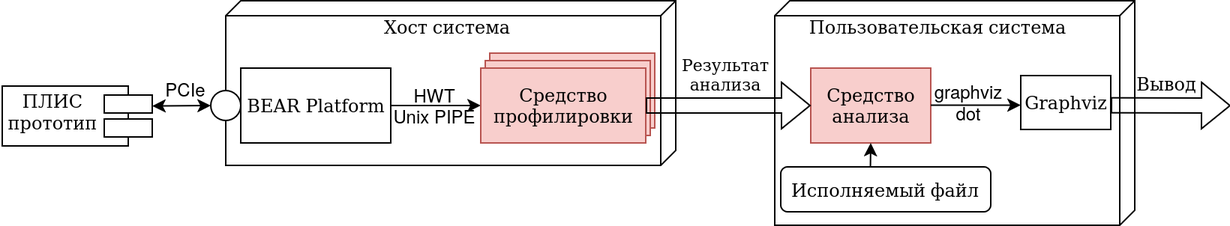
The draw.io diagram images/stac_arch.png in khaser/stac-slides, before a commit. Source tidied: cells renumbered, new cells last; positions are measured from the earlier drawing's top-left corner, leaving out a move shared by most shapes. Its diagram source:
```xml
<mxGraphModel>
  <root>
    <mxCell id="0" />
    <mxCell id="1" parent="0" />
    <mxCell id="2" style="verticalAlign=top;align=left;spacingTop=8;spacingLeft=2;spacingRight=12;shape=cube;size=10;direction=south;fontStyle=4;html=1;rounded=0;shadow=0;comic=0;labelBackgroundColor=none;strokeWidth=1;fontFamily=Verdana;fontSize=12;" parent="1" vertex="1">
      <mxGeometry x="516" width="240" height="150" as="geometry" />
    </mxCell>
    <mxCell id="3" style="verticalAlign=top;align=left;spacingTop=8;spacingLeft=2;spacingRight=12;shape=cube;size=10;direction=south;fontStyle=4;html=1;rounded=0;shadow=0;comic=0;labelBackgroundColor=none;strokeWidth=1;fontFamily=Verdana;fontSize=12;" parent="1" vertex="1">
      <mxGeometry x="150" width="300" height="110" as="geometry" />
    </mxCell>
    <mxCell id="4" value="BEAR Platform" style="html=1;rounded=0;shadow=0;comic=0;labelBackgroundColor=none;strokeWidth=1;fontFamily=Verdana;fontSize=12;align=center;" parent="1" vertex="1">
      <mxGeometry x="160" y="45" width="100" height="50" as="geometry" />
    </mxCell>
    <mxCell id="5" style="ellipse;whiteSpace=wrap;html=1;rounded=0;shadow=0;comic=0;labelBackgroundColor=none;strokeWidth=1;fontFamily=Verdana;fontSize=12;align=center;" parent="1" vertex="1">
      <mxGeometry x="140" y="60" width="20" height="20" as="geometry" />
    </mxCell>
    <mxCell id="6" style="endArrow=classic;startArrow=classic;html=1;rounded=0;entryX=0;entryY=0.5;entryDx=0;entryDy=0;exitX=0;exitY=0.667;exitDx=0;exitDy=0;exitPerimeter=0;" parent="1" edge="1" source="12" target="5">
      <mxGeometry relative="1" as="geometry" />
    </mxCell>
    <mxCell id="7" value="PCIe" style="text;html=1;align=center;verticalAlign=middle;strokeColor=none;fillColor=none;" parent="1" vertex="1">
      <mxGeometry x="98" y="44" width="50" height="30" as="geometry" />
    </mxCell>
    <mxCell id="8" style="endArrow=classic;html=1;rounded=0;exitX=1;exitY=0.5;exitDx=0;exitDy=0;entryX=0;entryY=0.5;entryDx=0;entryDy=0;" parent="1" edge="1" source="4" target="17">
      <mxGeometry relative="1" as="geometry" />
    </mxCell>
    <mxCell id="9" value="&lt;div&gt;HWT&lt;/div&gt;&lt;div&gt;Unix PIPE&lt;/div&gt;" style="text;html=1;align=center;verticalAlign=middle;strokeColor=none;fillColor=none;" parent="1" vertex="1">
      <mxGeometry x="249" y="50" width="80" height="40" as="geometry" />
    </mxCell>
    <mxCell id="10" value="Хост система" style="text;html=1;align=center;verticalAlign=middle;whiteSpace=wrap;rounded=0;" parent="1" vertex="1">
      <mxGeometry x="243" y="10" width="110" height="14" as="geometry" />
    </mxCell>
    <mxCell id="11" style="group;" parent="1" vertex="1">
      <mxGeometry y="53" width="101" height="44" as="geometry" />
    </mxCell>
    <mxCell id="12" style="shape=component;align=left;spacingLeft=36;rounded=0;shadow=0;comic=0;strokeWidth=1;flipV=1;flipH=1;html=1;" parent="11" vertex="1">
      <mxGeometry x="1" y="4" width="100" height="40" as="geometry" />
    </mxCell>
    <mxCell id="13" value="&lt;div align=&quot;center&quot;&gt;ПЛИС&lt;/div&gt;&lt;div align=&quot;center&quot;&gt;прототип&lt;/div&gt;" style="text;whiteSpace=wrap;html=1;align=center;" parent="11" vertex="1">
      <mxGeometry width="70" height="40" as="geometry" />
    </mxCell>
    <mxCell id="14" style="group;" parent="1" vertex="1">
      <mxGeometry x="320" y="35" width="116" height="60" as="geometry" />
    </mxCell>
    <mxCell id="15" style="html=1;rounded=0;shadow=0;comic=0;labelBackgroundColor=none;strokeWidth=1;fontFamily=Verdana;fontSize=12;align=center;fillColor=#f8cecc;strokeColor=#b85450;glass=0;" parent="14" vertex="1">
      <mxGeometry x="6" width="110" height="50" as="geometry" />
    </mxCell>
    <mxCell id="16" style="html=1;rounded=0;shadow=0;comic=0;labelBackgroundColor=none;strokeWidth=1;fontFamily=Verdana;fontSize=12;align=center;fillColor=#f8cecc;strokeColor=#b85450;glass=0;" parent="14" vertex="1">
      <mxGeometry x="3" y="5" width="110" height="50" as="geometry" />
    </mxCell>
    <mxCell id="17" value="&lt;div&gt;Средство&lt;/div&gt;&lt;div&gt;профилировки&lt;/div&gt;" style="html=1;rounded=0;shadow=0;comic=0;labelBackgroundColor=none;strokeWidth=1;fontFamily=Verdana;fontSize=12;align=center;fillColor=#f8cecc;strokeColor=#b85450;glass=0;" parent="14" vertex="1">
      <mxGeometry y="10" width="110" height="50" as="geometry" />
    </mxCell>
    <mxCell id="18" value="&lt;div&gt;graphviz&lt;/div&gt;&lt;div&gt;dot&lt;/div&gt;&lt;div&gt;&lt;br&gt;&lt;/div&gt;" style="text;html=1;align=center;verticalAlign=middle;strokeColor=none;fillColor=none;" parent="1" vertex="1">
      <mxGeometry x="610" y="45" width="70" height="60" as="geometry" />
    </mxCell>
    <mxCell id="19" value="&lt;div&gt;Средство&lt;/div&gt;&lt;div&gt;анализа&lt;/div&gt;" style="html=1;rounded=0;shadow=0;comic=0;labelBackgroundColor=none;strokeWidth=1;fontFamily=Verdana;fontSize=12;align=center;fillColor=#f8cecc;strokeColor=#b85450;glass=0;" parent="1" vertex="1">
      <mxGeometry x="540" y="45" width="80" height="50" as="geometry" />
    </mxCell>
    <mxCell id="20" value="Пользовательская система" style="text;html=1;align=center;verticalAlign=middle;whiteSpace=wrap;rounded=0;" parent="1" vertex="1">
      <mxGeometry x="530" y="10" width="190" height="14" as="geometry" />
    </mxCell>
    <mxCell id="21" style="shape=flexArrow;endArrow=classic;html=1;rounded=0;exitX=1;exitY=0.5;exitDx=0;exitDy=0;entryX=0;entryY=0.5;entryDx=0;entryDy=0;" parent="1" edge="1" source="17" target="19">
      <mxGeometry relative="1" as="geometry" />
    </mxCell>
    <mxCell id="22" value="&lt;div&gt;Результат&lt;/div&gt;&lt;div&gt;анализа&lt;/div&gt;" style="edgeLabel;html=1;align=center;verticalAlign=middle;labelBackgroundColor=none;" parent="21" vertex="1">
      <mxGeometry x="0.14" y="1" relative="1" as="geometry">
        <mxPoint x="-10" y="-20" as="offset" />
      </mxGeometry>
    </mxCell>
    <mxCell id="23" style="endArrow=classic;html=1;rounded=0;exitX=1;exitY=0.5;exitDx=0;exitDy=0;entryX=0;entryY=0.5;entryDx=0;entryDy=0;" parent="1" edge="1">
      <mxGeometry relative="1" as="geometry">
        <mxPoint x="620" y="69.8" as="sourcePoint" />
        <mxPoint x="680" y="69.8" as="targetPoint" />
      </mxGeometry>
    </mxCell>
    <mxCell id="24" value="&lt;div&gt;Graphviz&lt;/div&gt;" style="html=1;rounded=0;shadow=0;comic=0;labelBackgroundColor=none;strokeWidth=1;fontFamily=Verdana;fontSize=12;align=center;" parent="1" vertex="1">
      <mxGeometry x="680" y="50" width="60" height="36" as="geometry" />
    </mxCell>
    <mxCell id="25" style="shape=flexArrow;endArrow=classic;html=1;rounded=0;exitX=1;exitY=0.5;exitDx=0;exitDy=0;" parent="1" edge="1">
      <mxGeometry relative="1" as="geometry">
        <mxPoint x="740" y="69.8" as="sourcePoint" />
        <mxPoint x="820" y="70" as="targetPoint" />
      </mxGeometry>
    </mxCell>
    <mxCell id="26" value="&lt;div&gt;&lt;br&gt;&lt;/div&gt;" style="edgeLabel;html=1;align=center;verticalAlign=middle;" parent="25" vertex="1">
      <mxGeometry x="0.14" y="1" relative="1" as="geometry">
        <mxPoint x="-10" y="-20" as="offset" />
      </mxGeometry>
    </mxCell>
    <mxCell id="27" value="Вывод" style="text;html=1;align=center;verticalAlign=middle;strokeColor=none;fillColor=none;" parent="1" vertex="1">
      <mxGeometry x="747" y="40" width="60" height="30" as="geometry" />
    </mxCell>
    <mxCell id="28" value="Исполняемый файл" style="rounded=1;whiteSpace=wrap;html=1;" parent="1" vertex="1">
      <mxGeometry x="520" y="111" width="140" height="30" as="geometry" />
    </mxCell>
    <mxCell id="29" style="endArrow=classic;html=1;rounded=0;exitX=0.427;exitY=0.005;exitDx=0;exitDy=0;entryX=0.5;entryY=1;entryDx=0;entryDy=0;exitPerimeter=0;" parent="1" edge="1" source="28" target="19">
      <mxGeometry relative="1" as="geometry" />
    </mxCell>
  </root>
</mxGraphModel>
```
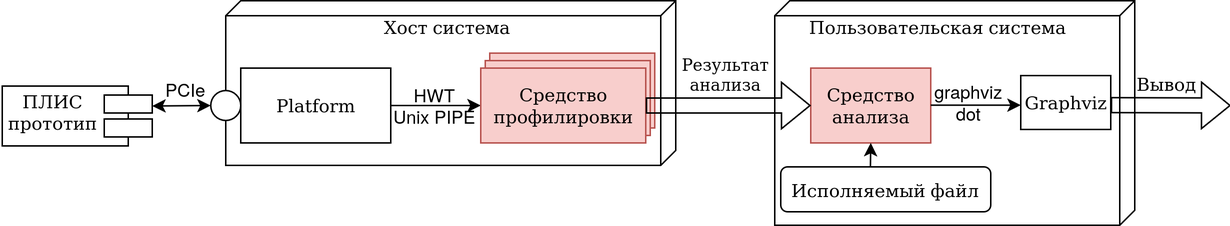
The same diagram one commit later.

The edit, as a diff of the source:
```diff
@@ -8,7 +8,7 @@
     <mxCell id="3" style="verticalAlign=top;align=left;spacingTop=8;spacingLeft=2;spacingRight=12;shape=cube;size=10;direction=south;fontStyle=4;html=1;rounded=0;shadow=0;comic=0;labelBackgroundColor=none;strokeWidth=1;fontFamily=Verdana;fontSize=12;" parent="1" vertex="1">
       <mxGeometry x="150" width="300" height="110" as="geometry" />
     </mxCell>
-    <mxCell id="4" value="BEAR Platform" style="html=1;rounded=0;shadow=0;comic=0;labelBackgroundColor=none;strokeWidth=1;fontFamily=Verdana;fontSize=12;align=center;" parent="1" vertex="1">
+    <mxCell id="4" value="Platform" style="html=1;rounded=0;shadow=0;comic=0;labelBackgroundColor=none;strokeWidth=1;fontFamily=Verdana;fontSize=12;align=center;" parent="1" vertex="1">
       <mxGeometry x="160" y="45" width="100" height="50" as="geometry" />
     </mxCell>
     <mxCell id="5" style="ellipse;whiteSpace=wrap;html=1;rounded=0;shadow=0;comic=0;labelBackgroundColor=none;strokeWidth=1;fontFamily=Verdana;fontSize=12;align=center;" parent="1" vertex="1">
```
